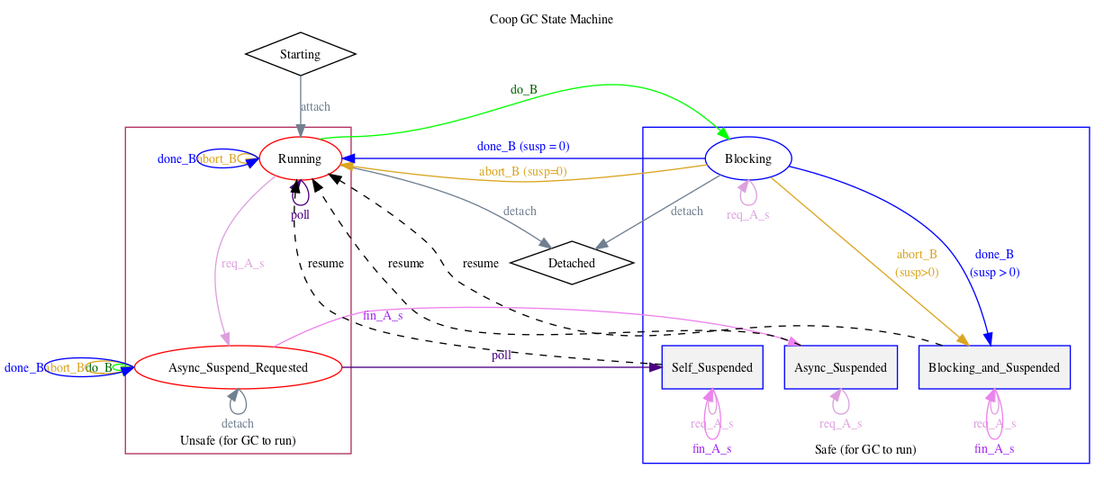
The Graphviz diagram docs/advanced/runtime/docs/coop-state-machine.png in mono/website, before a commit. Its source is kept beside it as docs/advanced/runtime/docs/coop-state-machine.dot. Its diagram source:
```dot
digraph GC {
	label = "Coop GC State Machine";
	labelloc = "t"
	remincross = true;

	Starting [shape=diamond];
	subgraph cluster_Unsafe {
		label = "Unsafe (for GC to run)" ;
		labelloc = "b";
		node [color = red];
		color = maroon;
		style = solid;
		Running ;
		Async_Suspend_Requested ;
	} ;
	subgraph cluster_Safe {
		labelloc = "b";
		label = "Safe (for GC to run)" ;
		node [color = blue];
		color = blue;
		style = solid;
		Blocking ;
		subgraph cluster_Suspended {
			label = "" ;
			style = invis;
			node [shape = "rectangle", style = "filled", fillcolor = "grey95"];

			Async_Suspended ;
			Self_Suspended ;
			Blocking_and_Suspended [shape = "rectangle", style = "filled,solid", fillcolor="grey95"];
		};
	} ;

	Detached [shape=diamond] ;

	{
		edge [label = "attach", color="slategrey", fontcolor="slategrey"];
		Starting -> Running;
	}
	{
		edge [label = "detach", color="slategrey", fontcolor="slategrey"];
		{ Running Blocking } -> Detached ;
		Async_Suspend_Requested:s -> Async_Suspend_Requested:s;
	}


	{
		edge [label = "do_B", color = "green", fontcolor="darkgreen"];
		Running:ne -> Blocking:nw;
		Async_Suspend_Requested:w -> Async_Suspend_Requested:w;
	}

	{
		edge [label = "abort_B", color = "goldenrod", fontcolor="goldenrod"];
		Running:w -> Running:w;
		Async_Suspend_Requested:w -> Async_Suspend_Requested:w;
		Blocking -> Running [label = "abort_B (susp=0)", constraint = false];
		Blocking -> Blocking_and_Suspended [label = "abort_B\n(susp>0)"];
	}

	{
		edge [label = "done_B", color = "blue", fontcolor="blue"];
		Running:w -> Running:w;
		Async_Suspend_Requested:w -> Async_Suspend_Requested:w;
		Blocking -> Running [label = "done_B (susp = 0)", constraint = false]
		Blocking -> Blocking_and_Suspended [ label = "done_B\n(susp > 0)"];
	}

	{
		edge [label = "req_A_s", color="plum", fontcolor="plum"];
		{ Running } -> Async_Suspend_Requested;
		Async_Suspended:s -> Async_Suspended:s;
		Self_Suspended:s -> Self_Suspended:s;
		Blocking_and_Suspended:s -> Blocking_and_Suspended:s;
		Blocking:s -> Blocking:s;
	}

	{
		edge [label = "poll", color="indigo", fontcolor="indigo"];
		Running:s -> Running:s;
		Async_Suspend_Requested -> Self_Suspended;
	}

	{
		edge [label ="resume" style = "dashed"];
		{ Async_Suspended Self_Suspended Blocking_and_Suspended } -> Running;
	}

	{
		edge [label = "fin_A_s", color="violet", fontcolor="purple"];
		Self_Suspended:s -> Self_Suspended:s;
		Blocking_and_Suspended:s -> Blocking_and_Suspended:s;
		Async_Suspend_Requested -> Async_Suspended;
        }

}
```
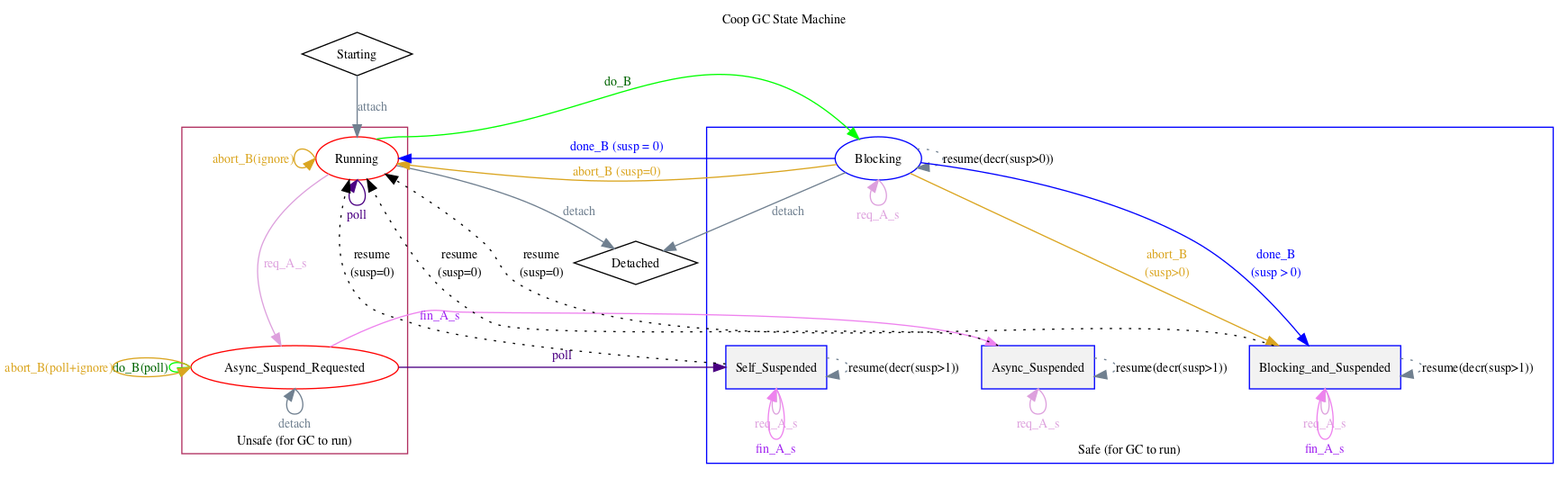
After the commit.

Commit message:
[coop] Update state diagram

1. Add the poll/poll+ignore hints on the do_B/abort_B transition labels.
2. Remove the Running and Async_Suspend_Requested self-loops in done blocking.
   They were removed in code by
   https://github.com/mono/mono/commit/5c1603440608a15878fcf269f94748559b372739
3. Explicitly show the resume susp-decrement self-loops.

Change to the diagram source:
```diff
@@ -27,7 +27,7 @@
 
 			Async_Suspended ;
 			Self_Suspended ;
-			Blocking_and_Suspended [shape = "rectangle", style = "filled,solid", fillcolor="grey95"];
+			Blocking_and_Suspended;
 		};
 	} ;
 
@@ -47,21 +47,19 @@
 	{
 		edge [label = "do_B", color = "green", fontcolor="darkgreen"];
 		Running:ne -> Blocking:nw;
-		Async_Suspend_Requested:w -> Async_Suspend_Requested:w;
+		Async_Suspend_Requested:w -> Async_Suspend_Requested:w [label = "do_B(poll)"];
 	}
 
 	{
 		edge [label = "abort_B", color = "goldenrod", fontcolor="goldenrod"];
-		Running:w -> Running:w;
-		Async_Suspend_Requested:w -> Async_Suspend_Requested:w;
+		Running:w -> Running:w [label="abort_B(ignore)"];
+		Async_Suspend_Requested:w -> Async_Suspend_Requested:w [label="abort_B(poll+ignore)"];
 		Blocking -> Running [label = "abort_B (susp=0)", constraint = false];
 		Blocking -> Blocking_and_Suspended [label = "abort_B\n(susp>0)"];
 	}
 
 	{
 		edge [label = "done_B", color = "blue", fontcolor="blue"];
-		Running:w -> Running:w;
-		Async_Suspend_Requested:w -> Async_Suspend_Requested:w;
 		Blocking -> Running [label = "done_B (susp = 0)", constraint = false]
 		Blocking -> Blocking_and_Suspended [ label = "done_B\n(susp > 0)"];
 	}
@@ -82,8 +80,16 @@
 	}
 
 	{
-		edge [label ="resume" style = "dashed"];
+		edge [label ="resume\n(susp=0)" style = "dotted"];
 		{ Async_Suspended Self_Suspended Blocking_and_Suspended } -> Running;
+	}
+
+	{
+		edge [label = "resume(decr(susp>1))", style = "dotted", color="slategrey"]
+		Async_Suspended -> Async_Suspended;
+		Self_Suspended -> Self_Suspended;
+		Blocking_and_Suspended -> Blocking_and_Suspended;
+		Blocking -> Blocking [ label = "resume(decr(susp>0))"  ];
 	}
 
 	{
```
